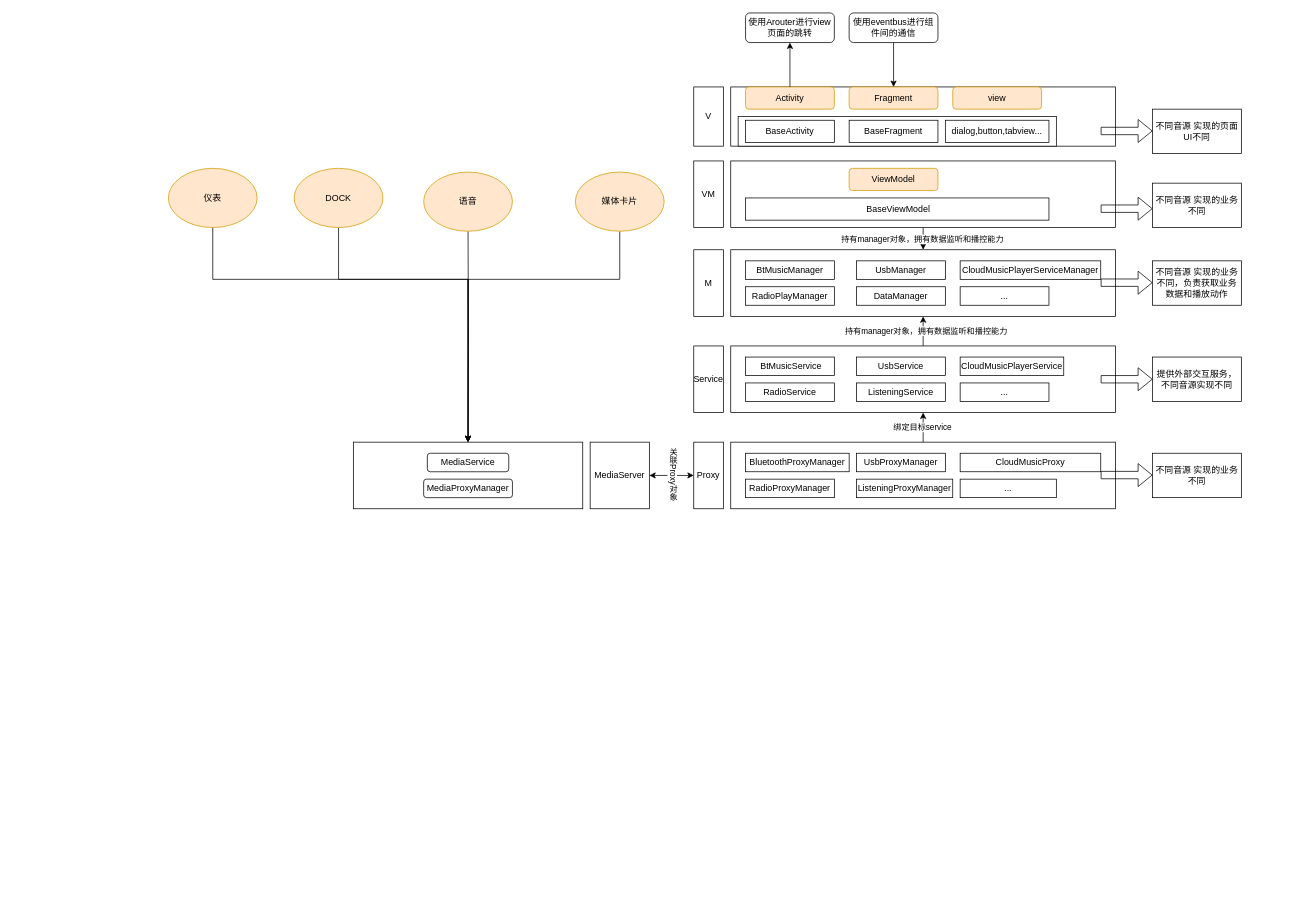
Above: page "MediaCenter重构" (2 of 14) of 未命名绘图.drawio in NewPlayerAndroid/Latest-Interview (draw.io), before the change. Source tidied: cells renumbered, new cells numbered last; positions are measured from the earlier drawing's top-left corner, leaving out a move shared by most shapes. Both pictures are drawn from the tidied source at 74%, with x=0, y=0 at pixel (168, 13).
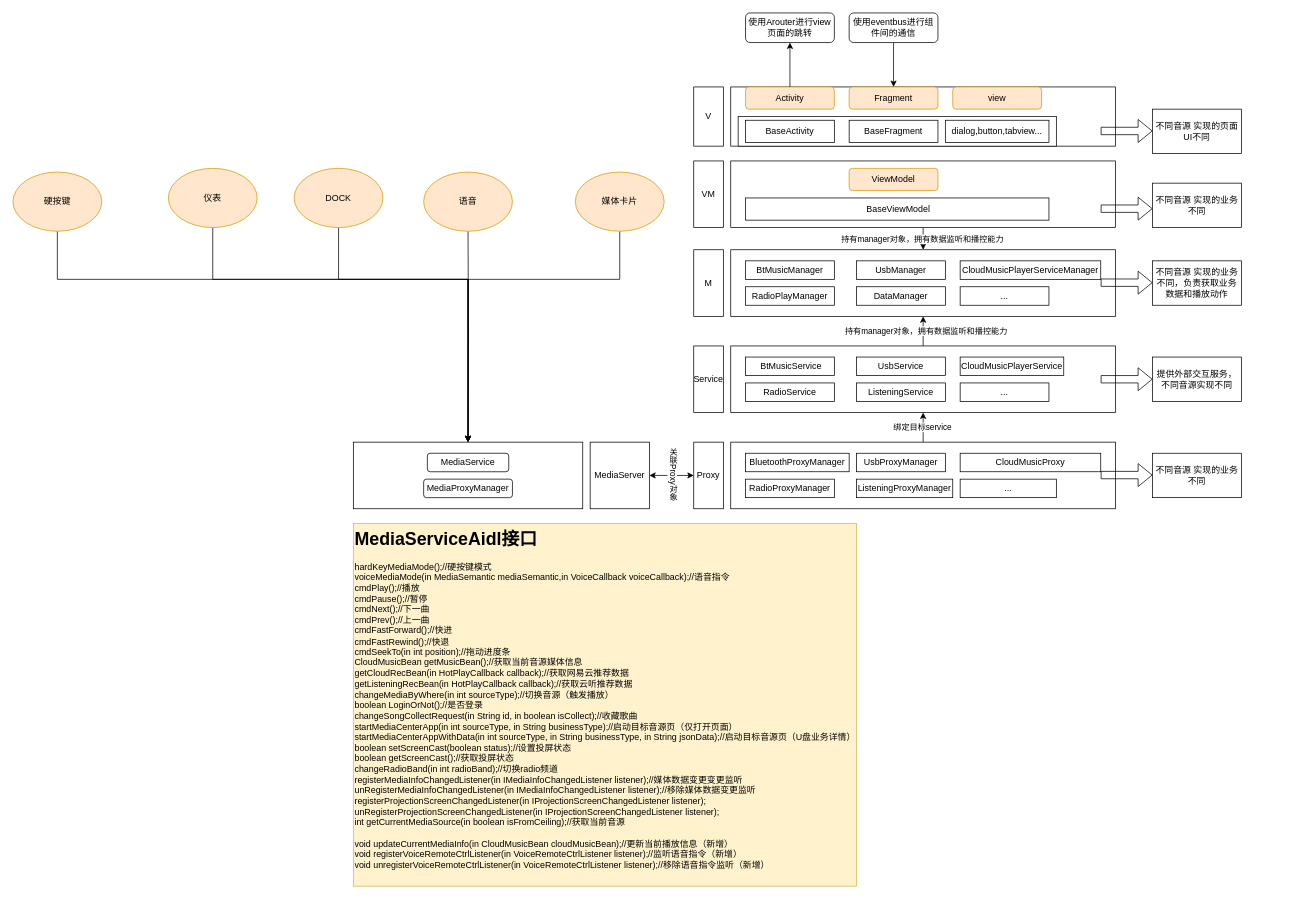
The same diagram, later.

Unchanged cells that the change refers to:
```xml
<mxCell id="61" style="rounded=0;whiteSpace=wrap;html=1;" parent="1" vertex="1">
  <mxGeometry x="250" y="580" width="310" height="90" as="geometry" />
</mxCell>
```

Diff of the diagram source:
```diff
@@
+    <mxCell id="75" style="edgeStyle=orthogonalEdgeStyle;rounded=0;jettySize=auto;html=1;entryX=0.5;entryY=0;entryDx=0;entryDy=0;" parent="1" edge="1" source="76" target="61">
+      <mxGeometry relative="1" as="geometry">
+        <Array as="points">
+          <mxPoint x="-150" y="360" />
+          <mxPoint x="405" y="360" />
+        </Array>
+      </mxGeometry>
+    </mxCell>
+    <mxCell id="76" value="硬按键" style="ellipse;whiteSpace=wrap;html=1;fillColor=#ffe6cc;strokeColor=#d79b00;" parent="1" vertex="1">
+      <mxGeometry x="-210" y="215" width="120" height="80" as="geometry" />
+    </mxCell>
+    <mxCell id="77" value="&lt;h1 style=&quot;margin-top: 0px;&quot;&gt;MediaServiceAidl接口&lt;/h1&gt;&lt;div&gt;hardKeyMediaMode();//硬按键模式&lt;/div&gt;&lt;div&gt;voiceMediaMode(in MediaSemantic mediaSemantic,in VoiceCallback voiceCallback);//语音指令&lt;/div&gt;&lt;div&gt;cmdPlay();//播放&lt;/div&gt;&lt;div&gt;cmdPause();//暂停&lt;/div&gt;&lt;div&gt;cmdNext();//下一曲&lt;/div&gt;&lt;div&gt;cmdPrev();//上一曲&lt;/div&gt;&lt;div&gt;cmdFastForward();//快进&lt;/div&gt;&lt;div&gt;cmdFastRewind();//快退&lt;/div&gt;&lt;div&gt;cmdSeekTo(in int position);//拖动进度条&lt;/div&gt;&lt;div&gt;CloudMusicBean getMusicBean();//获取当前音源媒体信息&lt;/div&gt;&lt;div&gt;getCloudRecBean(in HotPlayCallback callback);//获取网易云推荐数据&lt;/div&gt;&lt;div&gt;getListeningRecBean(in HotPlayCallback callback);//获取云听推荐数据&lt;/div&gt;&lt;div&gt;changeMediaByWhere(in int sourceType);//切换音源（触发播放）&lt;/div&gt;&lt;div&gt;boolean LoginOrNot();//是否登录&lt;/div&gt;&lt;div&gt;changeSongCollectRequest(in String id, in boolean isCollect);//收藏歌曲&lt;/div&gt;&lt;div&gt;startMediaCenterApp(in int sourceType, in String businessType);//启动目标音源页（仅打开页面）&lt;/div&gt;&lt;div&gt;startMediaCenterAppWithData(in int sourceType, in String businessType, in String jsonData);//启动目标音源页（U盘业务详情）&lt;/div&gt;&lt;div&gt;boolean setScreenCast(boolean status);//设置投屏状态&lt;/div&gt;&lt;div&gt;boolean getScreenCast();//获取投屏状态&lt;/div&gt;&lt;div&gt;changeRadioBand(in int radioBand);//切换radio频道&lt;/div&gt;&lt;div&gt;registerMediaInfoChangedListener(in IMediaInfoChangedListener listener);//媒体数据变更变更监听&lt;/div&gt;&lt;div&gt;unRegisterMediaInfoChangedListener(in IMediaInfoChangedListener listener);//移除媒体数据变更监听&lt;/div&gt;&lt;div&gt;registerProjectionScreenChangedListener(in IProjectionScreenChangedListener listener);&lt;/div&gt;&lt;div&gt;unRegisterProjectionScreenChangedListener(in IProjectionScreenChangedListener listener);&lt;/div&gt;&lt;div&gt;int getCurrentMediaSource(in boolean isFromCeiling);//获取当前音源&lt;/div&gt;&lt;div&gt;&lt;br&gt;&lt;/div&gt;&lt;div&gt;void updateCurrentMediaInfo(in CloudMusicBean cloudMusicBean);//更新当前播放信息（新增）&lt;/div&gt;&lt;div&gt;void registerVoiceRemoteCtrlListener(in VoiceRemoteCtrlListener listener);//监听语音指令（新增）&lt;/div&gt;&lt;div&gt;void unregisterVoiceRemoteCtrlListener(in VoiceRemoteCtrlListener listener);//移除语音指令监听（新增）&lt;/div&gt;" style="text;html=1;whiteSpace=wrap;overflow=hidden;rounded=0;fillColor=#fff2cc;strokeColor=#d6b656;" parent="1" vertex="1">
+      <mxGeometry x="250" y="690" width="680" height="490" as="geometry" />
+    </mxCell>
```
